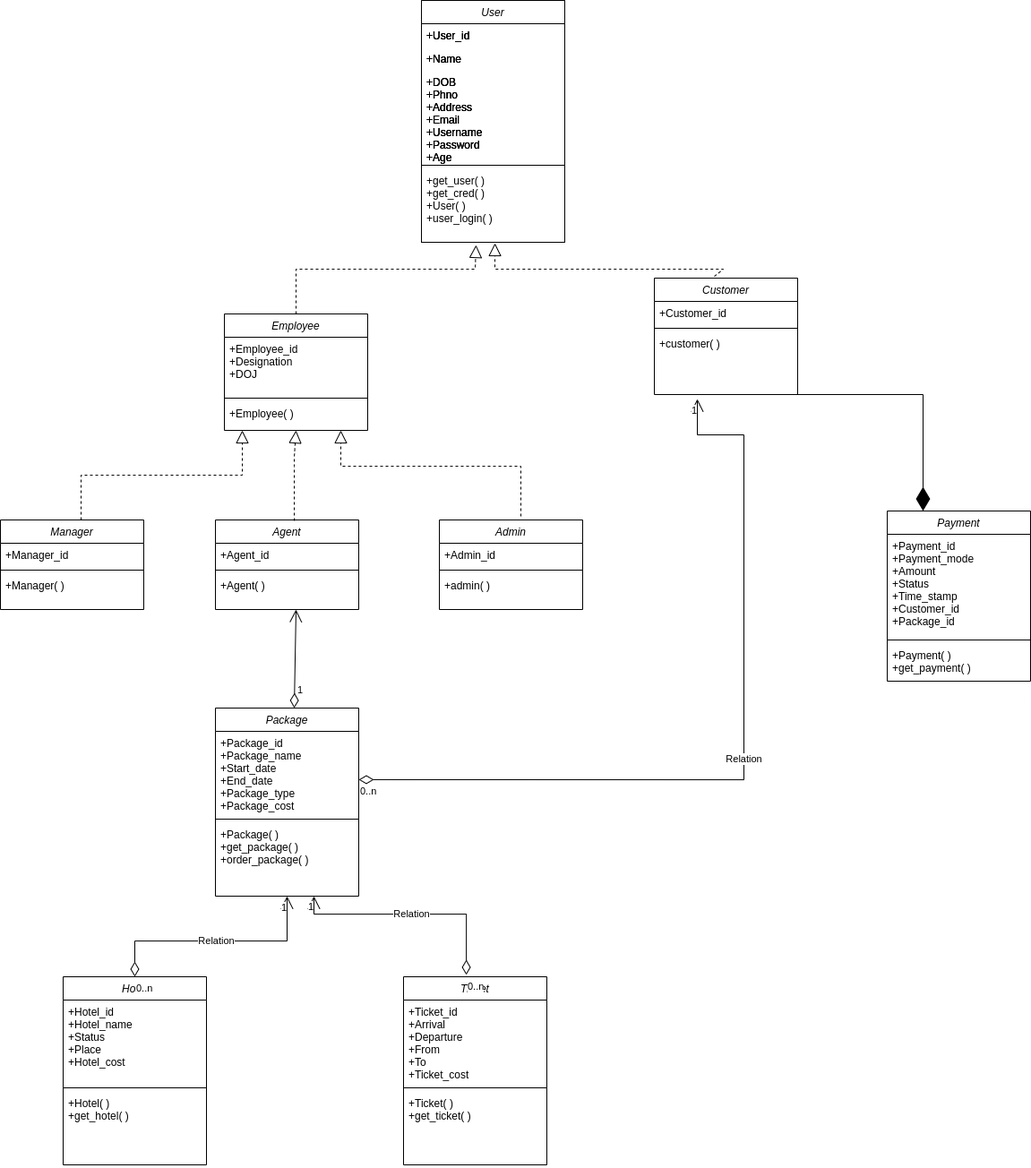
ananthanandanan/Knight-C keeps this draw.io diagram as Week-2/TMS class diagram.png. Above is the earlier version. Source tidied: cells renumbered, new cells last; positions are measured from the earlier drawing's top-left corner, leaving out a move shared by most shapes.
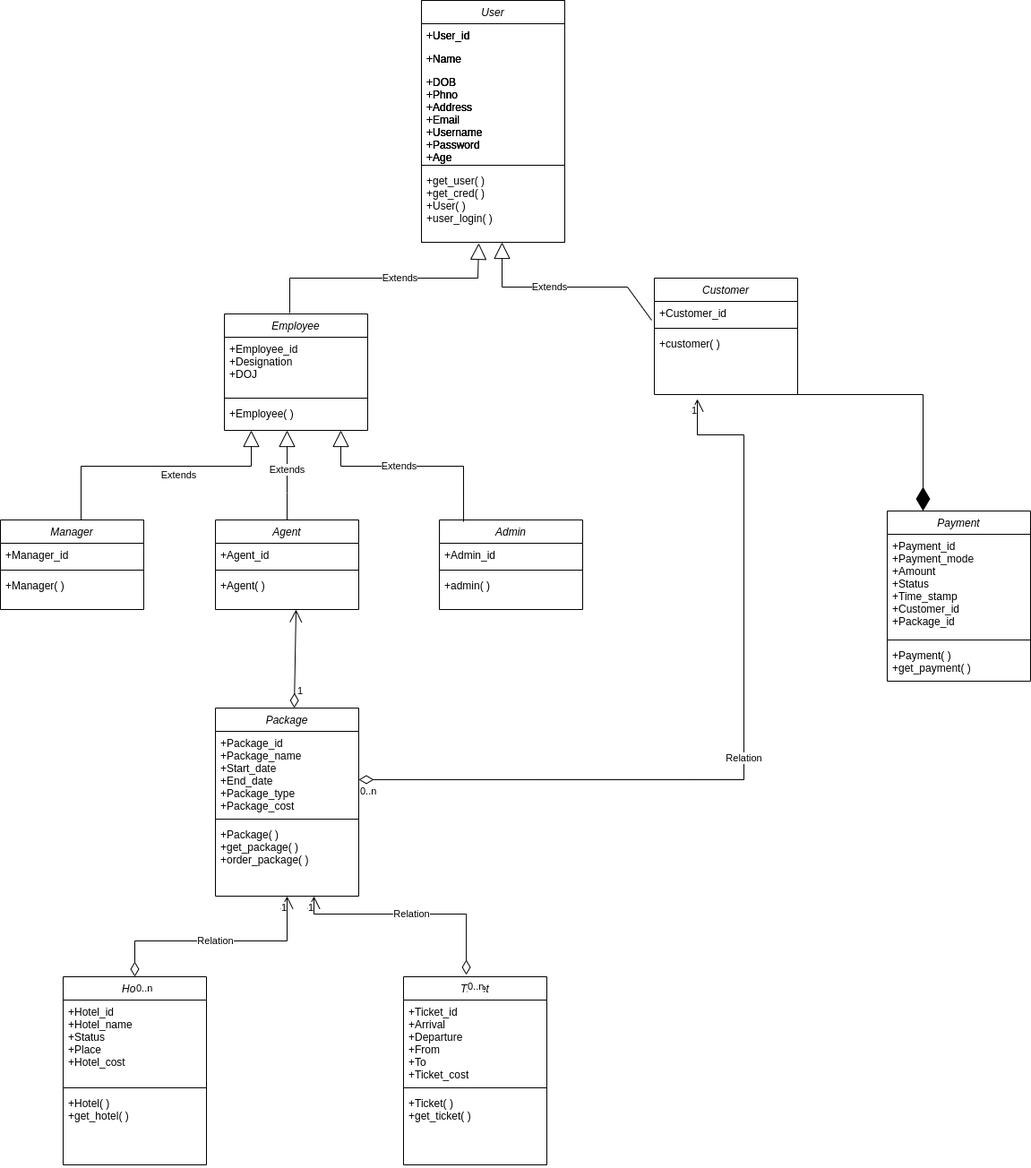
The same file after the commit.

Commit message:
week2 class diagram modified

Change to the diagram source:
```diff
@@ -158,50 +158,6 @@
     <mxCell id="53" value="+Payment( )&#10;+get_payment( )" style="text;align=left;verticalAlign=top;spacingLeft=4;spacingRight=4;overflow=hidden;" parent="50" vertex="1">
       <mxGeometry y="148" width="160" height="32" as="geometry" />
     </mxCell>
-    <mxCell id="54" style="endArrow=block;dashed=1;endFill=0;endSize=12;html=1;rounded=0;strokeColor=#000000;exitX=0.5;exitY=0;exitDx=0;exitDy=0;entryX=0.381;entryY=1.037;entryDx=0;entryDy=0;entryPerimeter=0;" parent="1" edge="1" source="34" target="21">
-      <mxGeometry relative="1" as="geometry">
-        <Array as="points">
-          <mxPoint x="330" y="300" />
-          <mxPoint x="530" y="300" />
-        </Array>
-      </mxGeometry>
-    </mxCell>
-    <mxCell id="55" style="endArrow=block;dashed=1;endFill=0;endSize=12;html=1;rounded=0;strokeColor=#000000;exitX=0.419;exitY=-0.015;exitDx=0;exitDy=0;entryX=0.513;entryY=1.012;entryDx=0;entryDy=0;entryPerimeter=0;exitPerimeter=0;" parent="1" edge="1" source="12" target="21">
-      <mxGeometry relative="1" as="geometry">
-        <Array as="points">
-          <mxPoint x="807" y="300" />
-          <mxPoint x="552" y="300" />
-        </Array>
-      </mxGeometry>
-    </mxCell>
-    <mxCell id="56" style="endArrow=block;dashed=1;endFill=0;endSize=12;html=1;rounded=0;strokeColor=#000000;exitX=0.55;exitY=0.01;exitDx=0;exitDy=0;entryX=0.5;entryY=1;entryDx=0;entryDy=0;exitPerimeter=0;" parent="1" edge="1" source="30" target="34">
-      <mxGeometry relative="1" as="geometry">
-        <Array as="points">
-          <mxPoint x="328" y="520" />
-          <mxPoint x="328" y="510" />
-        </Array>
-      </mxGeometry>
-    </mxCell>
-    <mxCell id="57" style="endArrow=block;dashed=1;endFill=0;endSize=12;html=1;rounded=0;strokeColor=#000000;exitX=0.569;exitY=-0.04;exitDx=0;exitDy=0;exitPerimeter=0;" parent="1" edge="1" source="22">
-      <mxGeometry relative="1" as="geometry">
-        <mxPoint x="380" y="480" as="targetPoint" />
-        <Array as="points">
-          <mxPoint x="581" y="520" />
-          <mxPoint x="380" y="520" />
-        </Array>
-      </mxGeometry>
-    </mxCell>
-    <mxCell id="58" style="endArrow=block;dashed=1;endFill=0;endSize=12;html=1;rounded=0;strokeColor=#000000;" parent="1" edge="1">
-      <mxGeometry relative="1" as="geometry">
-        <mxPoint x="90" y="580" as="sourcePoint" />
-        <mxPoint x="270" y="480" as="targetPoint" />
-        <Array as="points">
-          <mxPoint x="90" y="530" />
-          <mxPoint x="200" y="530" />
-          <mxPoint x="270" y="530" />
-        </Array>
-      </mxGeometry>
-    </mxCell>
     <mxCell id="59" value="1" style="endArrow=open;html=1;endSize=12;startArrow=diamondThin;startSize=14;startFill=0;align=left;verticalAlign=bottom;rounded=0;strokeColor=#000000;exitX=0.55;exitY=0;exitDx=0;exitDy=0;exitPerimeter=0;" parent="1" edge="1" source="38">
       <mxGeometry x="-0.82" y="-2" relative="1" as="geometry">
         <mxPoint x="330" y="680" as="targetPoint" />
@@ -257,5 +213,49 @@
     <mxCell id="69" value="1" style="edgeLabel;html=1;align=right;verticalAlign=top;" parent="67" vertex="1">
       <mxGeometry x="1" relative="1" as="geometry" />
     </mxCell>
+    <mxCell id="54" value="Extends" style="endArrow=block;endSize=16;endFill=0;html=1;rounded=0;entryX=0.4;entryY=1.012;entryDx=0;entryDy=0;entryPerimeter=0;exitX=0.456;exitY=-0.008;exitDx=0;exitDy=0;exitPerimeter=0;" parent="1" edge="1" source="34" target="21">
+      <mxGeometry x="0.12" relative="1" as="geometry">
+        <Array as="points">
+          <mxPoint x="323" y="310" />
+          <mxPoint x="533" y="310" />
+        </Array>
+      </mxGeometry>
+    </mxCell>
+    <mxCell id="70" value="Extends" style="endArrow=block;endSize=16;endFill=0;html=1;rounded=0;exitX=-0.019;exitY=0.808;exitDx=0;exitDy=0;exitPerimeter=0;" parent="1" edge="1" source="13">
+      <mxGeometry x="0.12" relative="1" as="geometry">
+        <mxPoint x="560" y="270" as="targetPoint" />
+        <Array as="points">
+          <mxPoint x="700" y="320" />
+          <mxPoint x="560" y="320" />
+        </Array>
+      </mxGeometry>
+    </mxCell>
+    <mxCell id="71" value="Extends" style="endArrow=block;endSize=16;endFill=0;html=1;rounded=0;exitX=0.169;exitY=0.02;exitDx=0;exitDy=0;exitPerimeter=0;" parent="1" edge="1" source="22">
+      <mxGeometry x="0.12" relative="1" as="geometry">
+        <mxPoint x="380" y="480" as="targetPoint" />
+        <Array as="points">
+          <mxPoint x="517" y="520" />
+          <mxPoint x="380" y="520" />
+        </Array>
+      </mxGeometry>
+    </mxCell>
+    <mxCell id="72" value="Extends" style="endArrow=block;endSize=16;endFill=0;html=1;rounded=0;exitX=0.5;exitY=0;exitDx=0;exitDy=0;" parent="1" edge="1" source="30">
+      <mxGeometry x="0.12" relative="1" as="geometry">
+        <mxPoint x="320" y="480" as="targetPoint" />
+        <Array as="points">
+          <mxPoint x="320" y="550" />
+        </Array>
+      </mxGeometry>
+    </mxCell>
+    <mxCell id="73" value="Extends" style="endArrow=block;endSize=16;endFill=0;html=1;rounded=0;exitX=0.306;exitY=-0.03;exitDx=0;exitDy=0;exitPerimeter=0;" parent="1" edge="1">
+      <mxGeometry x="0.17" y="-10" relative="1" as="geometry">
+        <mxPoint x="90" y="580" as="sourcePoint" />
+        <mxPoint x="280" y="480" as="targetPoint" />
+        <Array as="points">
+          <mxPoint x="90" y="520" />
+          <mxPoint x="280" y="520" />
+        </Array>
+      </mxGeometry>
+    </mxCell>
   </root>
 </mxGraphModel>
```
